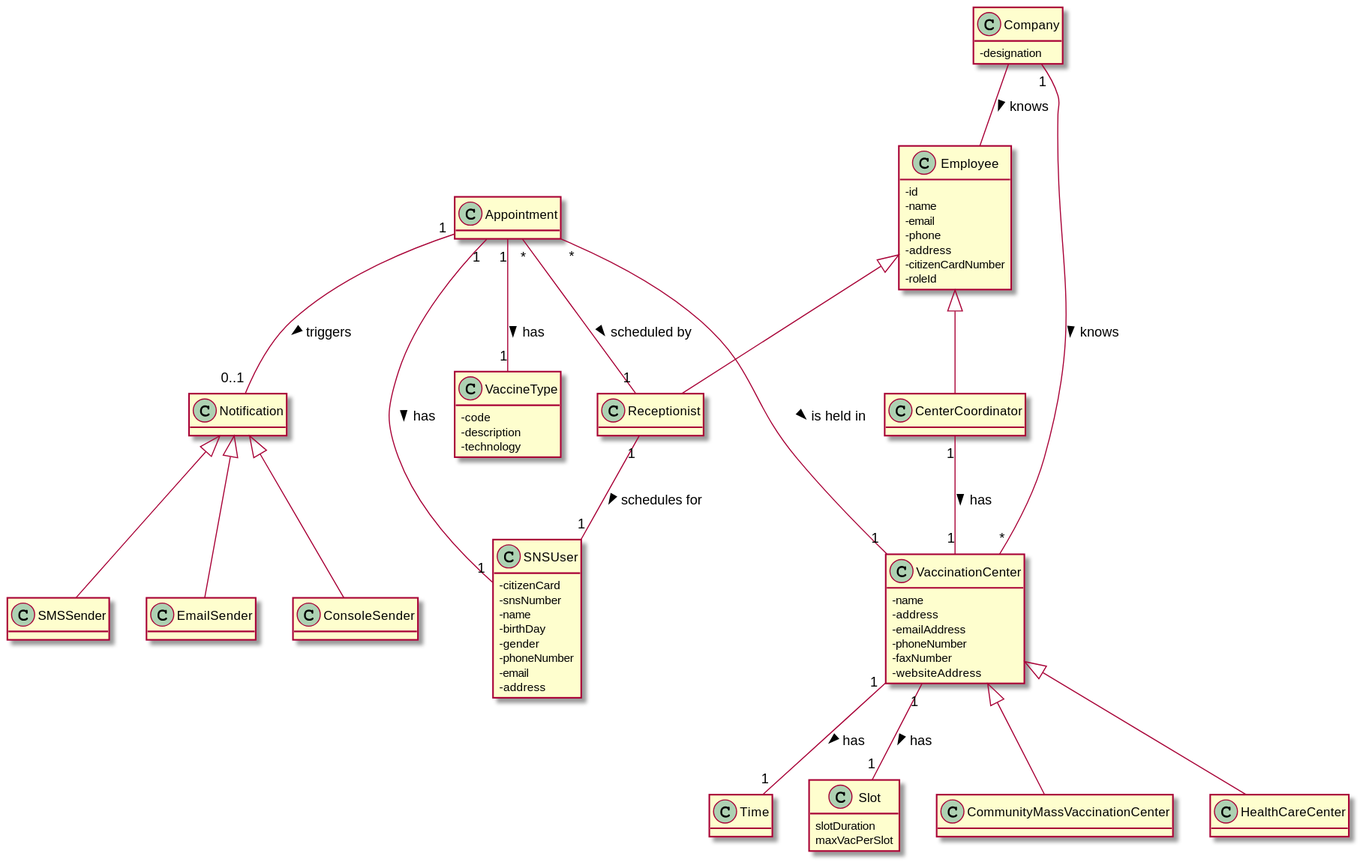
Before: docs/SprintC/US02/DM/US02_DM.svg, a diagram exported from PlantUML (miseEnPlace-i/lapr2).
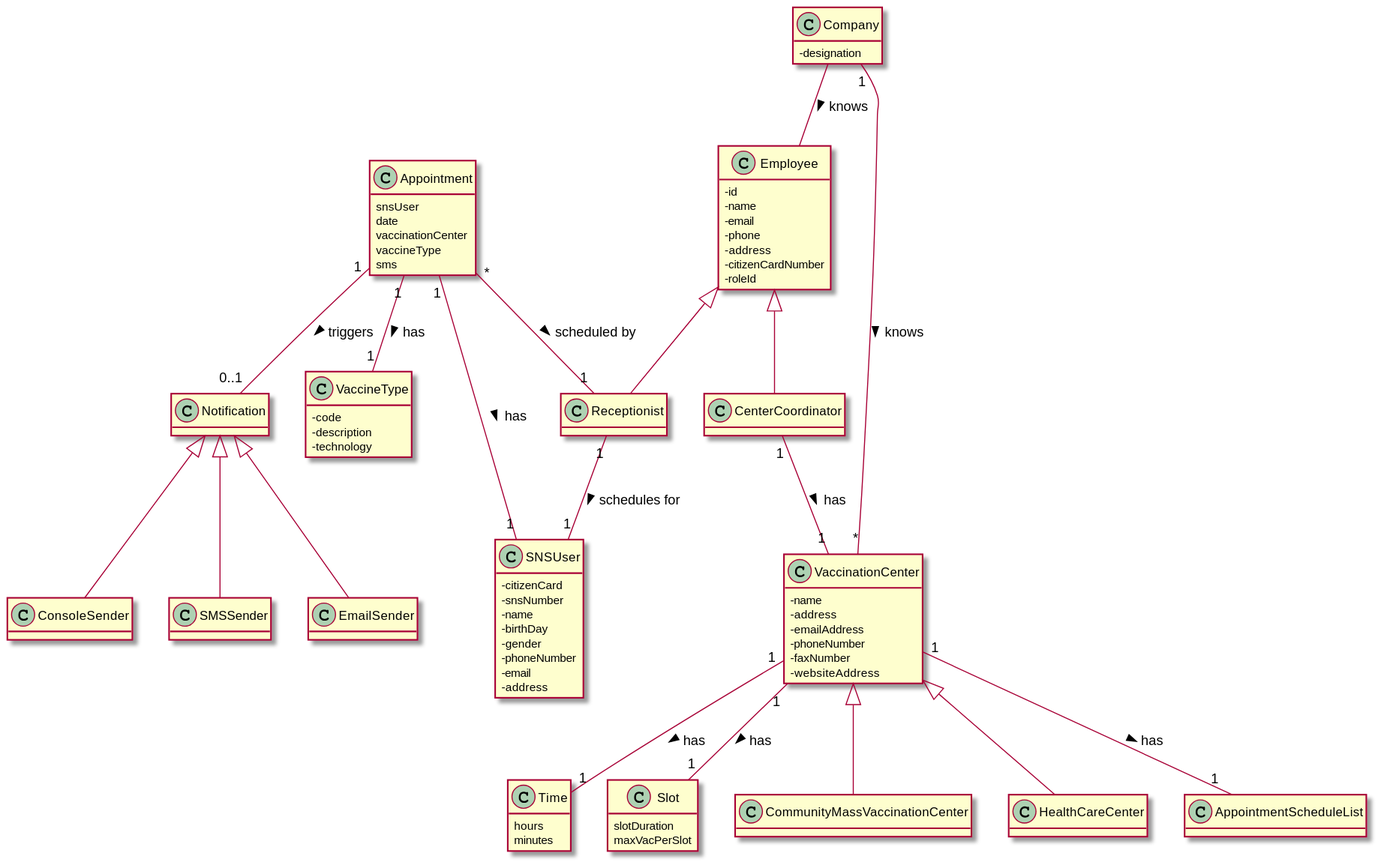
Later version of the same file.

What changed in the source:
```diff
@@ -3,7 +3,13 @@
 skinparam classAttributeIconSize 0
 
 
-class Appointment {}
+class Appointment {
+  snsUser
+  date
+  vaccinationCenter
+  vaccineType
+  sms
+}
 
 class VaccineType {
   -code
@@ -31,7 +37,10 @@
   -websiteAddress
 }
 
-class Time {}
+class Time {
+  hours
+  minutes
+}
 
 class Slot {
   slotDuration
@@ -62,9 +71,7 @@
 
 class HealthCareCenter {}
 
-
 Appointment "1"  -- "1" VaccineType : has >
-Appointment "*" -- "1" VaccinationCenter : is held in >
 Appointment "1" -- "1" SNSUser : has >
 Appointment "*" -- "1" Receptionist : scheduled by >
 Appointment "1" -- "0..1" Notification : triggers >
@@ -82,6 +89,7 @@
 VaccinationCenter <|-- HealthCareCenter
 VaccinationCenter "1" -- "1" Slot : has >
 VaccinationCenter "1" -- "1" Time : has >
+VaccinationCenter "1" -- "1" AppointmentScheduleList : has >
 
 Notification <|-- SMSSender
 Notification <|-- EmailSender
```
